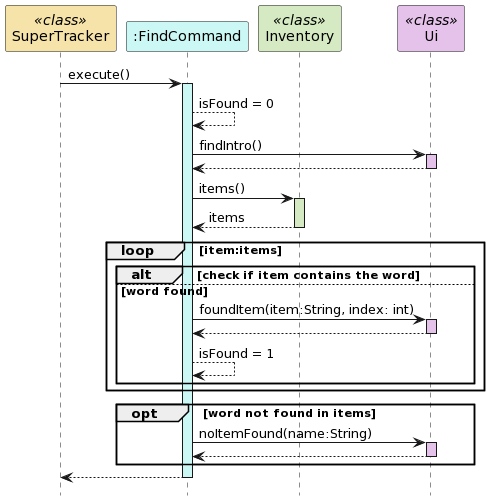
nus-cs2113-AY2324S2/tp keeps this PlantUML diagram as docs/uml-diagrams/FindCommandSequence.png. Above is the earlier version.
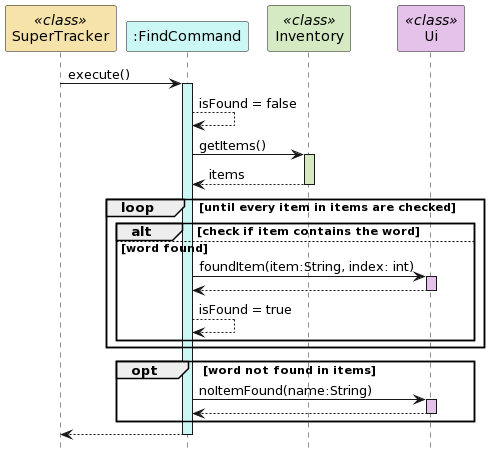
The same file after the commit.

Diff of the diagram source:
```diff
@@ -8,26 +8,22 @@
 SuperTracker -> FindCommand : execute()
 activate FindCommand #cbf7f4
 
-FindCommand --> FindCommand : isFound = 0
+FindCommand --> FindCommand : isFound = false
 
-FindCommand -> Ui : findIntro()
-activate Ui #e5c2ea
-Ui --> FindCommand
-deactivate Ui
 
-FindCommand -> Inventory : items()
+FindCommand -> Inventory : getItems()
 activate Inventory #d5eac2
 Inventory --> FindCommand : items
 deactivate Inventory
 
-loop item:items
+loop until every item in items are checked
     alt check if item contains the word
     else word found
     FindCommand -> Ui : foundItem(item:String, index: int)
     activate Ui #e5c2ea
     Ui --> FindCommand
     deactivate Ui
-    FindCommand --> FindCommand : isFound = 1
+    FindCommand --> FindCommand : isFound = true
     end
 end
 
```
